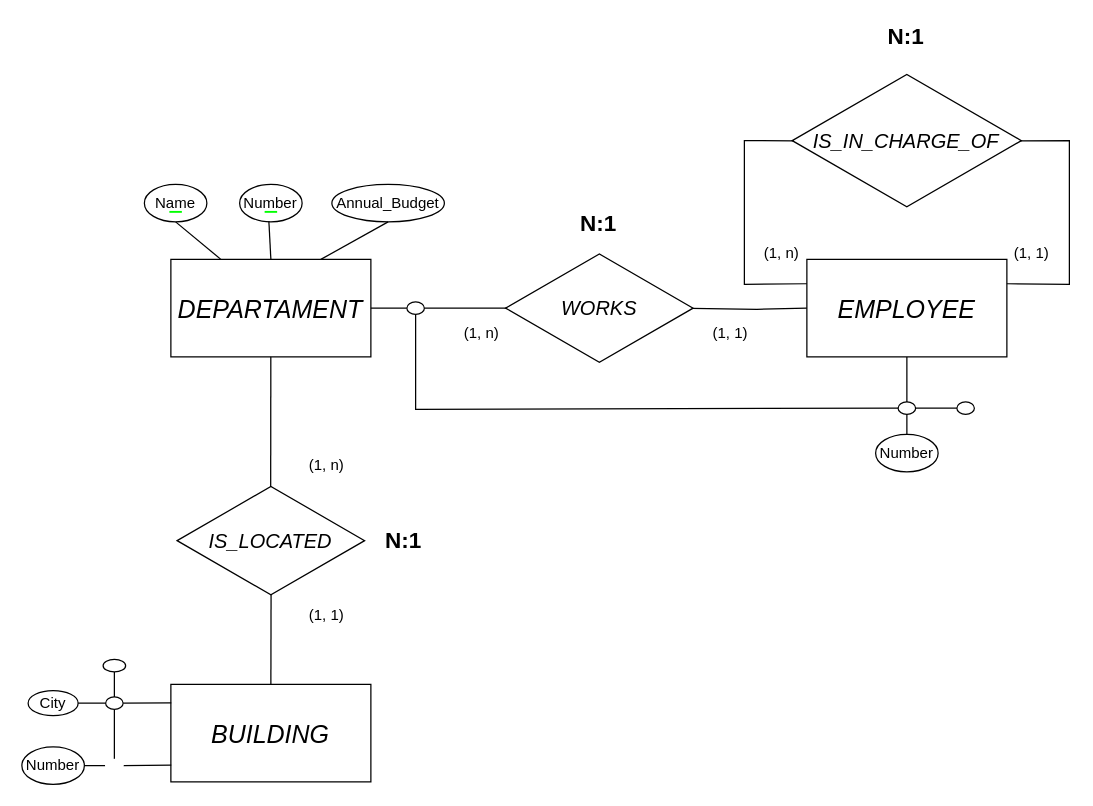
This is Diseño de Bases de Datos Relacionales con MySQL/02 Diseño Conceptual/5to Ejercicio/Ejercicio5.drawio from D4nitrix13/DatabaseGuide, a draw.io file, before an edit. Source tidied: cells renumbered, new cells numbered last; positions are measured from the earlier drawing's top-left corner, leaving out a move shared by most shapes. Both pictures are drawn from the tidied source at 125%, with x=0, y=0 at pixel (21, 21).
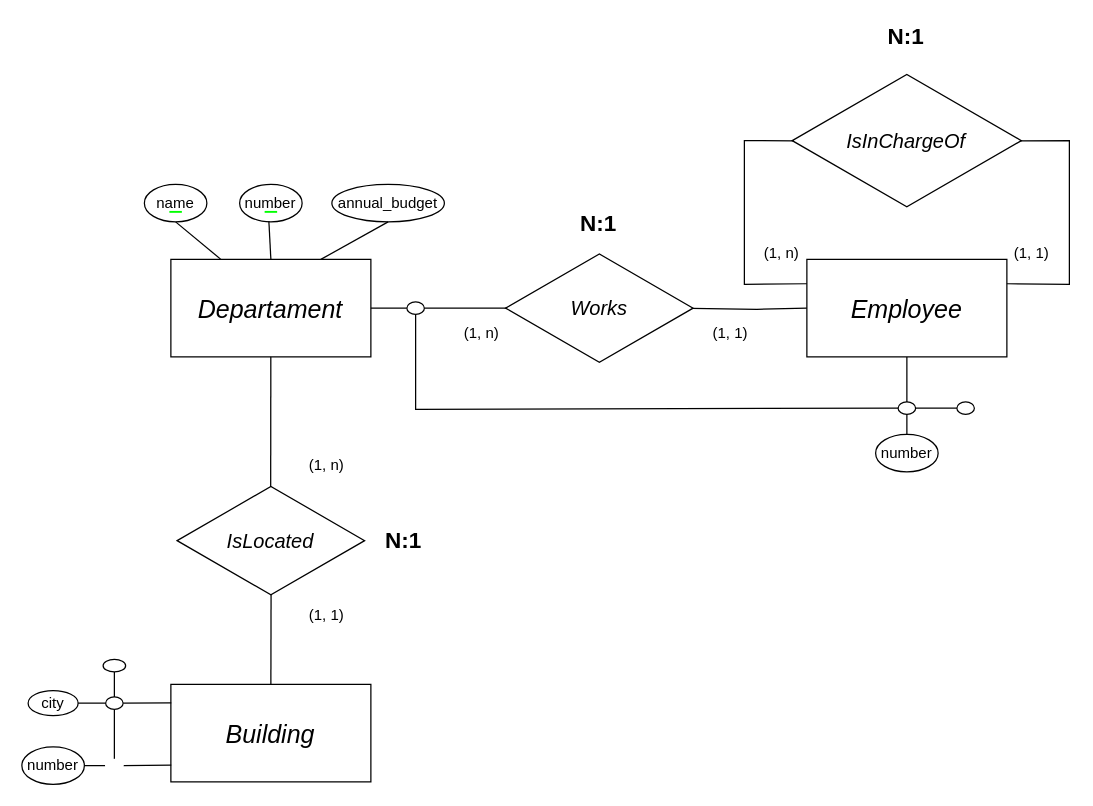
After the change.

Diff of the diagram source:
```diff
@@
-    <mxCell id="2" value="Name" style="ellipse;whiteSpace=wrap;html=1;fillColor=none;" parent="1" vertex="1">
+    <mxCell id="2" value="name" style="ellipse;whiteSpace=wrap;html=1;fillColor=none;" parent="1" vertex="1">
       <mxGeometry x="98" y="130" width="50" height="30" as="geometry" />
     </mxCell>
-    <mxCell id="3" value="Number" style="ellipse;whiteSpace=wrap;html=1;fillColor=none;" parent="1" vertex="1">
+    <mxCell id="3" value="number" style="ellipse;whiteSpace=wrap;html=1;fillColor=none;" parent="1" vertex="1">
       <mxGeometry x="174.2" y="130" width="50" height="30" as="geometry" />
     </mxCell>
-    <mxCell id="4" value="&lt;i&gt;&lt;font style=&quot;font-size: 16px;&quot;&gt;IS_LOCATED&lt;/font&gt;&lt;/i&gt;" style="html=1;whiteSpace=wrap;shape=isoRectangle;fillColor=none;" parent="1" vertex="1">
+    <mxCell id="4" value="&lt;i&gt;&lt;font style=&quot;font-size: 16px;&quot;&gt;IsLocated&lt;/font&gt;&lt;/i&gt;" style="html=1;whiteSpace=wrap;shape=isoRectangle;fillColor=none;" parent="1" vertex="1">
       <mxGeometry x="124.2" y="370" width="150" height="90" as="geometry" />
     </mxCell>
@@
-    <mxCell id="8" value="&lt;span style=&quot;font-size: 20px;&quot;&gt;&lt;i&gt;BUILDING&lt;/i&gt;&lt;/span&gt;" style="rounded=0;whiteSpace=wrap;html=1;fillColor=none;align=center;" parent="1" vertex="1">
+    <mxCell id="8" value="&lt;span style=&quot;font-size: 20px;&quot;&gt;&lt;i&gt;Building&lt;/i&gt;&lt;/span&gt;" style="rounded=0;whiteSpace=wrap;html=1;fillColor=none;align=center;" parent="1" vertex="1">
       <mxGeometry x="119.2" y="530" width="160" height="78" as="geometry" />
     </mxCell>
-    <mxCell id="9" value="&lt;i style=&quot;font-size: 20px;&quot;&gt;DEPARTAMENT&lt;/i&gt;" style="rounded=0;whiteSpace=wrap;html=1;fillColor=none;align=center;" parent="1" vertex="1">
+    <mxCell id="9" value="&lt;i style=&quot;font-size: 20px;&quot;&gt;Departament&lt;/i&gt;" style="rounded=0;whiteSpace=wrap;html=1;fillColor=none;align=center;" parent="1" vertex="1">
       <mxGeometry x="119.2" y="190" width="160" height="78" as="geometry" />
     </mxCell>
@@
-    <mxCell id="18" value="City" style="ellipse;whiteSpace=wrap;html=1;fillColor=none;" parent="1" vertex="1">
+    <mxCell id="18" value="city" style="ellipse;whiteSpace=wrap;html=1;fillColor=none;" parent="1" vertex="1">
       <mxGeometry x="5" y="535" width="40" height="20" as="geometry" />
     </mxCell>
-    <mxCell id="19" value="Number" style="ellipse;whiteSpace=wrap;html=1;fillColor=none;" parent="1" vertex="1">
+    <mxCell id="19" value="number" style="ellipse;whiteSpace=wrap;html=1;fillColor=none;" parent="1" vertex="1">
       <mxGeometry y="580" width="50" height="30" as="geometry" />
     </mxCell>
@@
-    <mxCell id="24" value="Annual_Budget" style="ellipse;whiteSpace=wrap;html=1;fillColor=none;" parent="1" vertex="1">
+    <mxCell id="24" value="annual_budget" style="ellipse;whiteSpace=wrap;html=1;fillColor=none;" parent="1" vertex="1">
       <mxGeometry x="248" y="130" width="90" height="30" as="geometry" />
     </mxCell>
@@
-    <mxCell id="29" value="&lt;i style=&quot;font-size: 20px;&quot;&gt;EMPLOYEE&lt;/i&gt;" style="rounded=0;whiteSpace=wrap;html=1;fillColor=none;align=center;" parent="1" vertex="1">
+    <mxCell id="29" value="&lt;i style=&quot;font-size: 20px;&quot;&gt;Employee&lt;/i&gt;" style="rounded=0;whiteSpace=wrap;html=1;fillColor=none;align=center;" parent="1" vertex="1">
       <mxGeometry x="628" y="190" width="160" height="78" as="geometry" />
     </mxCell>
-    <mxCell id="30" value="&lt;span style=&quot;font-size: 16px;&quot;&gt;&lt;i&gt;WORKS&lt;/i&gt;&lt;/span&gt;" style="html=1;whiteSpace=wrap;shape=isoRectangle;fillColor=none;" parent="1" vertex="1">
+    <mxCell id="30" value="&lt;span style=&quot;font-size: 16px;&quot;&gt;&lt;i&gt;Works&lt;/i&gt;&lt;/span&gt;" style="html=1;whiteSpace=wrap;shape=isoRectangle;fillColor=none;" parent="1" vertex="1">
       <mxGeometry x="387" y="184" width="150" height="90" as="geometry" />
     </mxCell>
@@
-    <mxCell id="35" value="Number" style="ellipse;whiteSpace=wrap;html=1;fillColor=none;" parent="1" vertex="1">
+    <mxCell id="35" value="number" style="ellipse;whiteSpace=wrap;html=1;fillColor=none;" parent="1" vertex="1">
       <mxGeometry x="683" y="330" width="50" height="30" as="geometry" />
     </mxCell>
@@
-    <mxCell id="44" value="&lt;span style=&quot;font-size: 16px;&quot;&gt;&lt;i&gt;IS_IN_CHARGE_OF&lt;/i&gt;&lt;/span&gt;" style="html=1;whiteSpace=wrap;shape=isoRectangle;fillColor=none;" parent="1" vertex="1">
+    <mxCell id="44" value="&lt;span style=&quot;font-size: 16px;&quot;&gt;&lt;i&gt;IsInChargeOf&lt;/i&gt;&lt;/span&gt;" style="html=1;whiteSpace=wrap;shape=isoRectangle;fillColor=none;" parent="1" vertex="1">
       <mxGeometry x="616.3" y="40" width="183.3" height="110" as="geometry" />
     </mxCell>
```
